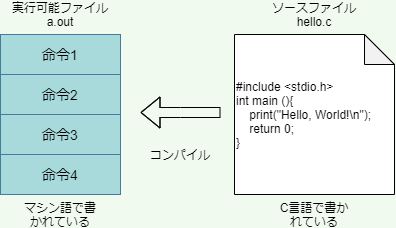
Above: programming2021/img/compile.drawio.png in kut-econ/kut-econ.github.io (draw.io), before the change. Source tidied: cells renumbered, new cells last; positions are measured from the earlier drawing's top-left corner, leaving out a move shared by most shapes.
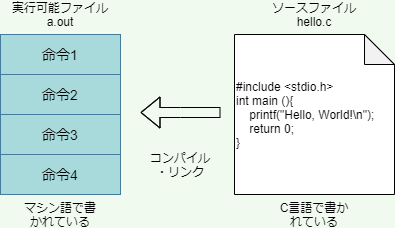
After the change.

The edit, as a diff of the source:
```diff
@@ -35,7 +35,7 @@
     <mxCell id="12" value="&lt;font color=&quot;#000000&quot;&gt;マシン語で書かれている&lt;/font&gt;" style="text;html=1;strokeColor=none;fillColor=none;align=center;verticalAlign=middle;whiteSpace=wrap;rounded=0;" parent="1" vertex="1">
       <mxGeometry x="20" y="200" width="80" height="20" as="geometry" />
     </mxCell>
-    <mxCell id="13" value="#include &amp;lt;stdio.h&amp;gt;&lt;br&gt;int main (){&lt;br&gt;&amp;nbsp; &amp;nbsp; print(&quot;Hello, World!\n&quot;);&lt;br&gt;&amp;nbsp; &amp;nbsp; return 0;&lt;br&gt;}" style="shape=note;whiteSpace=wrap;html=1;backgroundOutline=1;darkOpacity=0.05;align=left;" parent="1" vertex="1">
+    <mxCell id="13" value="#include &amp;lt;stdio.h&amp;gt;&lt;br&gt;int main (){&lt;br&gt;&amp;nbsp; &amp;nbsp; printf(&quot;Hello, World!\n&quot;);&lt;br&gt;&amp;nbsp; &amp;nbsp; return 0;&lt;br&gt;}" style="shape=note;whiteSpace=wrap;html=1;backgroundOutline=1;darkOpacity=0.05;align=left;" parent="1" vertex="1">
       <mxGeometry x="234" y="30" width="160" height="160" as="geometry" />
     </mxCell>
     <mxCell id="14" style="shape=flexArrow;endArrow=classic;html=1;strokeColor=#000000;" parent="1" edge="1">
@@ -47,8 +47,8 @@
         </Array>
       </mxGeometry>
     </mxCell>
-    <mxCell id="15" value="&lt;font color=&quot;#000000&quot;&gt;コンパイル&lt;/font&gt;" style="text;html=1;strokeColor=none;fillColor=none;align=center;verticalAlign=middle;whiteSpace=wrap;rounded=0;" parent="1" vertex="1">
-      <mxGeometry x="140" y="140" width="80" height="20" as="geometry" />
+    <mxCell id="15" value="&lt;font color=&quot;#000000&quot;&gt;コンパイル&lt;br&gt;・リンク&lt;br&gt;&lt;/font&gt;" style="text;html=1;strokeColor=none;fillColor=none;align=center;verticalAlign=middle;whiteSpace=wrap;rounded=0;" parent="1" vertex="1">
+      <mxGeometry x="140" y="140" width="80" height="40" as="geometry" />
     </mxCell>
     <mxCell id="16" value="&lt;font color=&quot;#000000&quot;&gt;ソースファイル&lt;br&gt;hello.c&lt;br&gt;&lt;/font&gt;" style="text;html=1;strokeColor=none;fillColor=none;align=center;verticalAlign=middle;whiteSpace=wrap;rounded=0;" parent="1" vertex="1">
       <mxGeometry x="264" width="100" height="20" as="geometry" />
```
